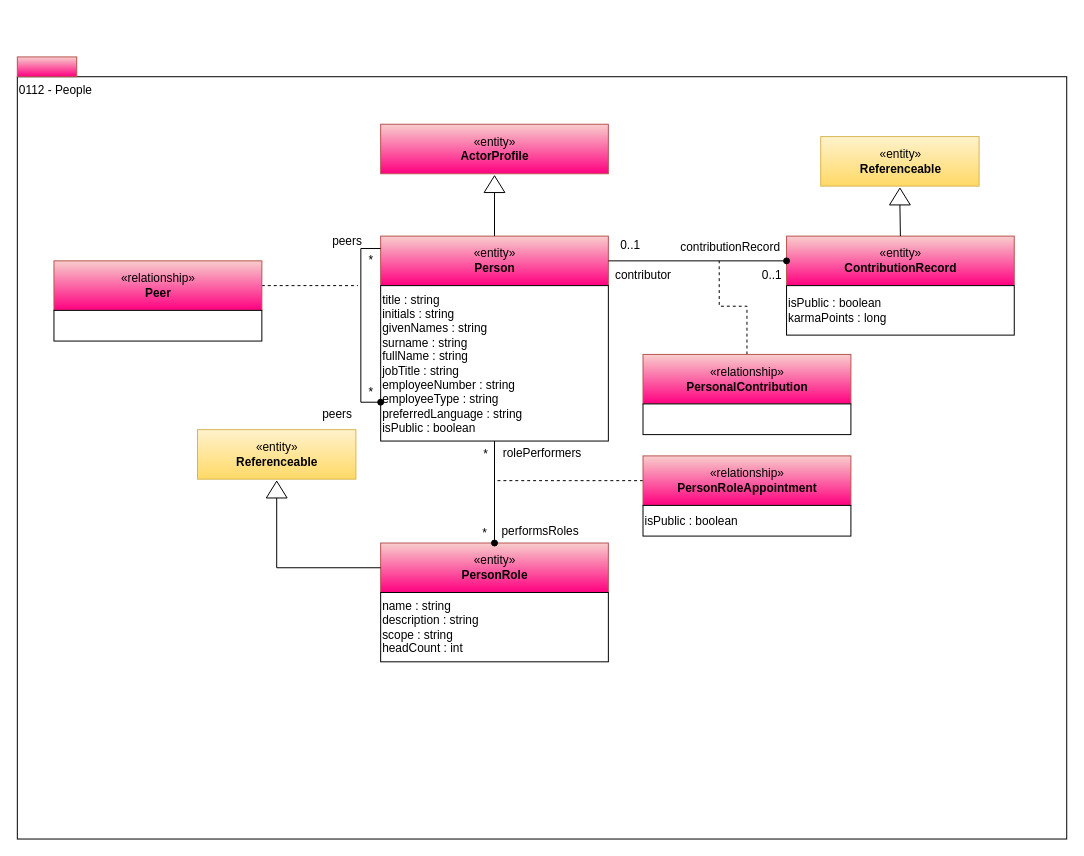
This is page "0112-People" (3 of 13) of site/docs/types/1/area-1-collaboration.drawio from odpi/egeria-docs, a draw.io file, before an edit. Source tidied: cells renumbered, new cells numbered last; positions are measured from the earlier drawing's top-left corner, leaving out a move shared by most shapes. Both pictures are drawn from the tidied source at 99%, with x=0, y=0 at pixel (17, 56).
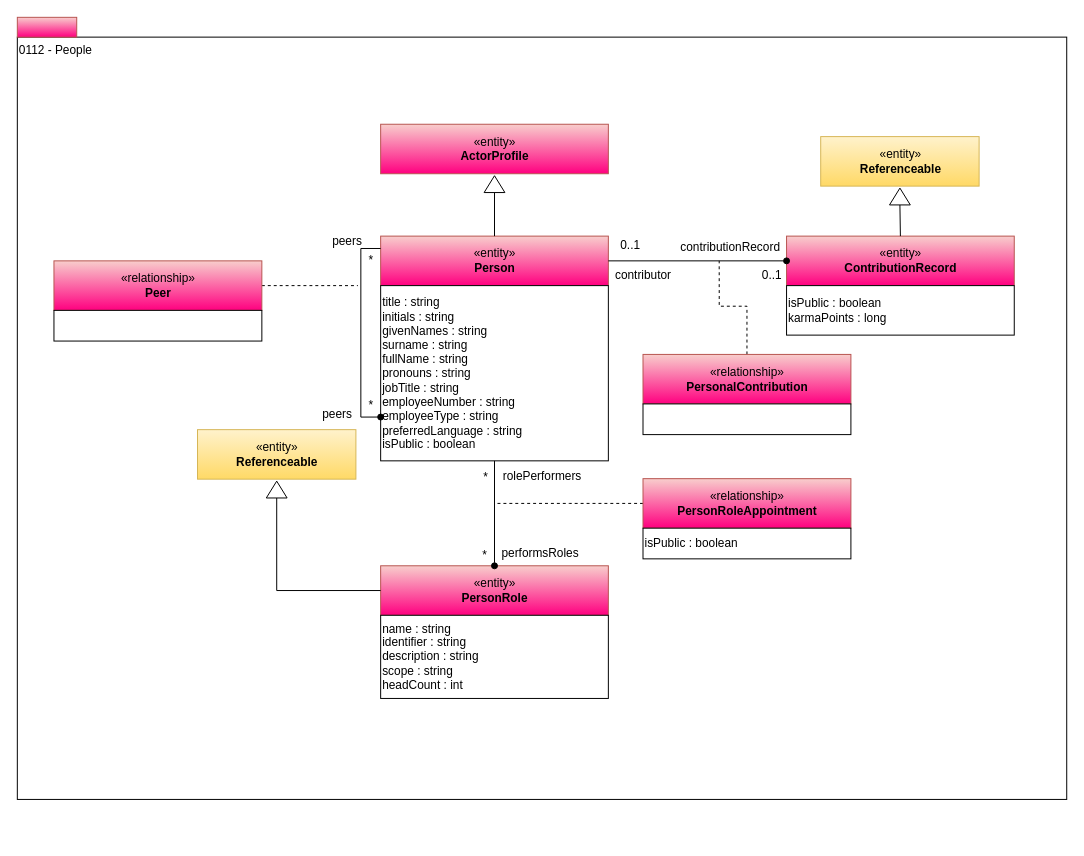
The same diagram, later.

The edit, as a diff of the source:
```diff
@@
     <mxCell id="2" value="0112 - People" style="rounded=0;whiteSpace=wrap;html=1;align=left;verticalAlign=top;" parent="1" vertex="1">
-      <mxGeometry y="20" width="1060" height="770" as="geometry" />
+      <mxGeometry y="-20" width="1060" height="770" as="geometry" />
     </mxCell>
@@
     <mxCell id="4" style="html=1;strokeColor=#b85450;align=center;fillColor=#f8cecc;gradientColor=#FF0080;" parent="1" vertex="1">
-      <mxGeometry width="60" height="20" as="geometry" />
+      <mxGeometry y="-40" width="60" height="20" as="geometry" />
     </mxCell>
-    <mxCell id="5" value="title : string&lt;br&gt;initials : string&lt;br&gt;givenNames : string&lt;br&gt;surname : string&lt;br&gt;fullName : string&lt;br&gt;jobTitle : string&lt;br&gt;employeeNumber : string&lt;br&gt;employeeType : string&lt;br&gt;preferredLanguage : string&lt;br&gt;isPublic : boolean" style="rounded=0;whiteSpace=wrap;html=1;align=left;" parent="1" vertex="1">
-      <mxGeometry x="367" y="231" width="230" height="157" as="geometry" />
+    <mxCell id="5" value="title : string&lt;br&gt;initials : string&lt;br&gt;givenNames : string&lt;br&gt;surname : string&lt;br&gt;fullName : string&lt;br&gt;pronouns : string&lt;br&gt;jobTitle : string&lt;br&gt;employeeNumber : string&lt;br&gt;employeeType : string&lt;br&gt;preferredLanguage : string&lt;br&gt;isPublic : boolean" style="rounded=0;whiteSpace=wrap;html=1;align=left;" parent="1" vertex="1">
+      <mxGeometry x="367" y="231" width="230" height="177" as="geometry" />
     </mxCell>
@@
     <mxCell id="8" value="«entity»&lt;br&gt;&lt;b&gt;PersonRole&lt;/b&gt;" style="html=1;strokeColor=#b85450;align=center;fillColor=#f8cecc;gradientColor=#FF0080;" parent="1" vertex="1">
-      <mxGeometry x="367" y="491" width="230" height="50" as="geometry" />
+      <mxGeometry x="367" y="514" width="230" height="50" as="geometry" />
     </mxCell>
-    <mxCell id="9" value="name : string&lt;br&gt;description : string&lt;br&gt;scope : string&lt;br&gt;headCount : int" style="rounded=0;whiteSpace=wrap;html=1;align=left;" parent="1" vertex="1">
-      <mxGeometry x="367" y="541" width="230" height="70" as="geometry" />
+    <mxCell id="9" value="name : string&lt;br&gt;identifier : string&lt;br&gt;description : string&lt;br&gt;scope : string&lt;br&gt;headCount : int" style="rounded=0;whiteSpace=wrap;html=1;align=left;" parent="1" vertex="1">
+      <mxGeometry x="367" y="564" width="230" height="84" as="geometry" />
     </mxCell>
@@
     <mxCell id="13" value="*" style="text;html=1;align=center;verticalAlign=top;spacingTop=-4;" parent="1" vertex="1">
-      <mxGeometry x="463" y="391.5" width="20" height="20" as="geometry" />
+      <mxGeometry x="463" y="414.5" width="20" height="20" as="geometry" />
     </mxCell>
     <mxCell id="14" value="*" style="text;html=1;align=center;verticalAlign=top;spacingTop=-4;" parent="1" vertex="1">
-      <mxGeometry x="462" y="471" width="20" height="20" as="geometry" />
+      <mxGeometry x="462" y="494" width="20" height="20" as="geometry" />
     </mxCell>
     <mxCell id="15" value="rolePerformers" style="text;html=1;align=center;verticalAlign=top;spacingTop=-4;" parent="1" vertex="1">
-      <mxGeometry x="485" y="391" width="90" height="20" as="geometry" />
+      <mxGeometry x="485" y="414" width="90" height="20" as="geometry" />
     </mxCell>
     <mxCell id="16" value="performsRoles" style="text;html=1;align=center;verticalAlign=top;spacingTop=-4;" parent="1" vertex="1">
-      <mxGeometry x="483" y="469" width="90" height="20" as="geometry" />
+      <mxGeometry x="483" y="492" width="90" height="20" as="geometry" />
     </mxCell>
@@
     <mxCell id="22" value="*" style="text;html=1;align=center;verticalAlign=top;spacingTop=-4;" parent="1" vertex="1">
-      <mxGeometry x="347" y="329" width="20" height="20" as="geometry" />
+      <mxGeometry x="347" y="342" width="20" height="20" as="geometry" />
     </mxCell>
@@
     <mxCell id="34" style="edgeStyle=orthogonalEdgeStyle;rounded=0;html=1;exitX=0;exitY=0.5;endArrow=none;endFill=0;jettySize=auto;dashed=1;" parent="1" edge="1" source="35">
       <mxGeometry relative="1" as="geometry">
-        <mxPoint x="482" y="428" as="targetPoint" />
+        <mxPoint x="482" y="451" as="targetPoint" />
       </mxGeometry>
     </mxCell>
     <mxCell id="35" value="«relationship»&lt;br&gt;&lt;b&gt;PersonRoleAppointment&lt;/b&gt;" style="html=1;strokeColor=#b85450;align=center;fillColor=#f8cecc;gradientColor=#FF0080;" parent="1" vertex="1">
-      <mxGeometry x="632" y="403" width="210" height="50" as="geometry" />
+      <mxGeometry x="632" y="426" width="210" height="50" as="geometry" />
     </mxCell>
     <mxCell id="36" value="isPublic : boolean" style="rounded=0;whiteSpace=wrap;html=1;strokeColor=#000000;gradientColor=#ffffff;align=left;" parent="1" vertex="1">
-      <mxGeometry x="632" y="453" width="210" height="31" as="geometry" />
+      <mxGeometry x="632" y="476" width="210" height="31" as="geometry" />
     </mxCell>
```
